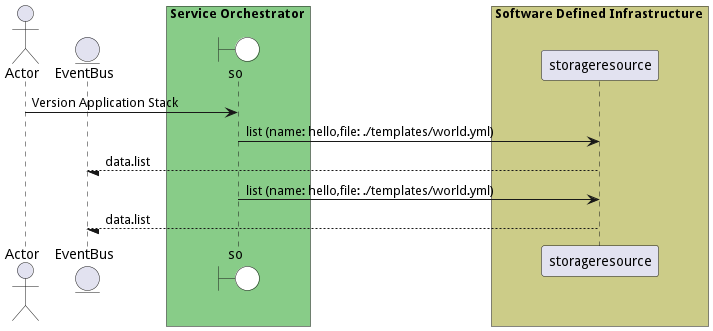
madajaju/edgemere keeps this PlantUML diagram as docs/edgemere/sml/so/usecases/managestacks/VersionApplicationStack.png. Above is the earlier version. The source it was exported from:
```plantuml
@startuml

actor "Actor"


entity EventBus

box Service Orchestrator #88cc88
    boundary so #white
end box


box Software Defined Infrastructure #cccc88
            participant storageresource
    end box


"Actor" -> so: Version Application Stack

    so -> "storageresource": list (name: hello,file: ./templates/world.yml)

    "storageresource" --/ EventBus: data.list

    so -> "storageresource": list (name: hello,file: ./templates/world.yml)

    "storageresource" --/ EventBus: data.list



@enduml
```
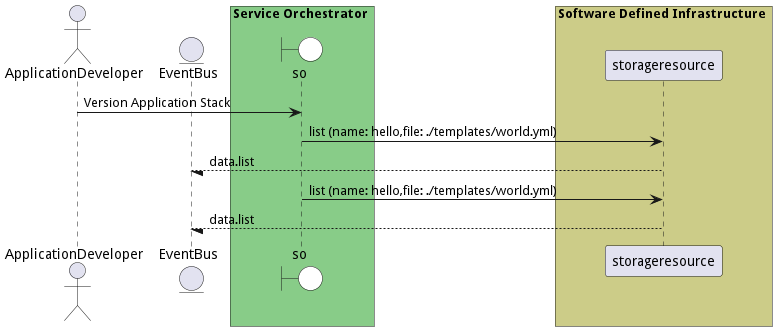
The same file after the commit.

What changed in the source:
```diff
@@ -1,6 +1,6 @@
 @startuml
 
-actor "Actor"
+actor "ApplicationDeveloper"
 
 
 entity EventBus
@@ -15,7 +15,7 @@
     end box
 
 
-"Actor" -> so: Version Application Stack
+"ApplicationDeveloper" -> so: Version Application Stack
 
     so -> "storageresource": list (name: hello,file: ./templates/world.yml)
 
```
